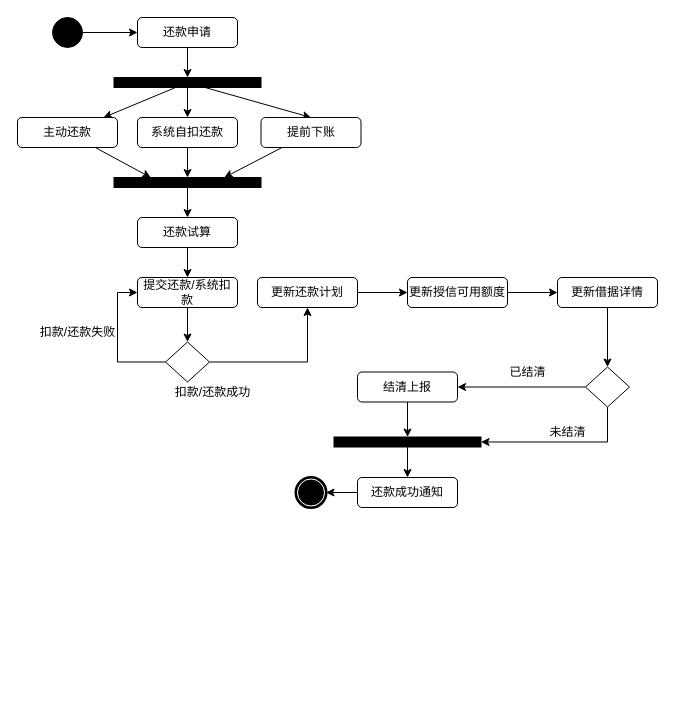
Earlier version of the draw.io diagram 还款处理活动图.drawio (wuxiao-web/graduationThesis). Source tidied: cells renumbered, new cells numbered last; positions are measured from the earlier drawing's top-left corner, leaving out a move shared by most shapes. Both pictures are drawn from the tidied source at 100%, with x=0, y=0 at pixel (17, 17).
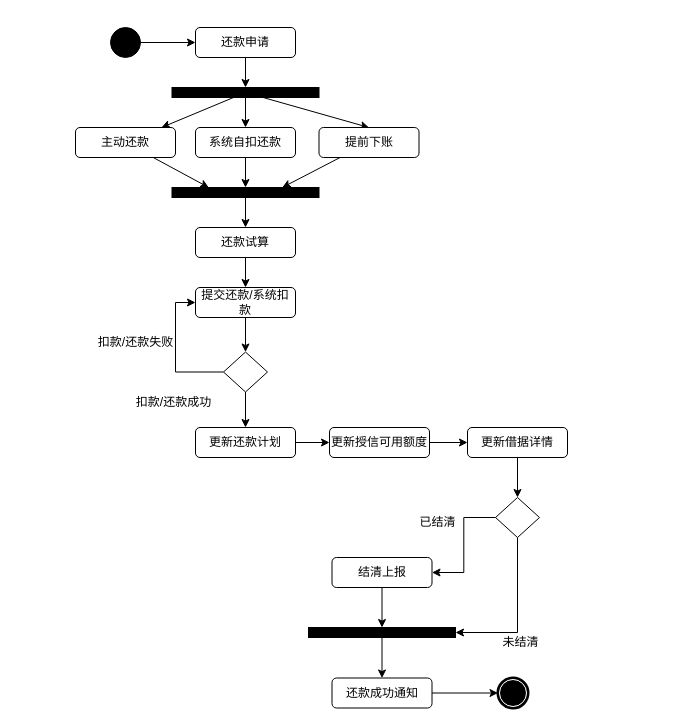
The same diagram, later.

Commit message:
更新还款处理活动图.drawio

What changed in the source:
```diff
@@
     <mxCell id="3" style="ellipse;whiteSpace=wrap;html=1;rounded=0;shadow=0;comic=0;labelBackgroundColor=none;strokeWidth=1;fillColor=#000000;fontFamily=Verdana;fontSize=12;align=center;" parent="1" vertex="1">
-      <mxGeometry x="35" width="30" height="30" as="geometry" />
+      <mxGeometry x="93" y="10" width="30" height="30" as="geometry" />
     </mxCell>
@@
     <mxCell id="5" value="还款申请" style="rounded=1;whiteSpace=wrap;html=1;" parent="1" vertex="1">
-      <mxGeometry x="120" width="100" height="30" as="geometry" />
+      <mxGeometry x="178" y="10" width="100" height="30" as="geometry" />
     </mxCell>
@@
     <mxCell id="9" style="whiteSpace=wrap;html=1;rounded=0;shadow=0;comic=0;labelBackgroundColor=none;strokeWidth=1;fillColor=#000000;fontFamily=Verdana;fontSize=12;align=center;rotation=0;" parent="1" vertex="1">
-      <mxGeometry x="96.5" y="60" width="147" height="10" as="geometry" />
+      <mxGeometry x="154.5" y="70" width="147" height="10" as="geometry" />
     </mxCell>
@@
     <mxCell id="11" value="主动还款" style="rounded=1;whiteSpace=wrap;html=1;" parent="1" vertex="1">
-      <mxGeometry y="100" width="100" height="30" as="geometry" />
+      <mxGeometry x="58" y="110" width="100" height="30" as="geometry" />
     </mxCell>
@@
     <mxCell id="13" value="系统自扣还款" style="rounded=1;whiteSpace=wrap;html=1;" parent="1" vertex="1">
-      <mxGeometry x="120" y="100" width="100" height="30" as="geometry" />
+      <mxGeometry x="178" y="110" width="100" height="30" as="geometry" />
     </mxCell>
@@
     <mxCell id="15" value="提前下账" style="rounded=1;whiteSpace=wrap;html=1;" parent="1" vertex="1">
-      <mxGeometry x="243.5" y="100" width="100" height="30" as="geometry" />
+      <mxGeometry x="301.5" y="110" width="100" height="30" as="geometry" />
     </mxCell>
@@
     <mxCell id="17" style="whiteSpace=wrap;html=1;rounded=0;shadow=0;comic=0;labelBackgroundColor=none;strokeWidth=1;fillColor=#000000;fontFamily=Verdana;fontSize=12;align=center;rotation=0;" parent="1" vertex="1">
-      <mxGeometry x="96.5" y="160" width="147" height="10" as="geometry" />
+      <mxGeometry x="154.5" y="170" width="147" height="10" as="geometry" />
     </mxCell>
@@
     <mxCell id="19" value="还款试算" style="rounded=1;whiteSpace=wrap;html=1;" parent="1" vertex="1">
-      <mxGeometry x="120" y="200" width="100" height="30" as="geometry" />
+      <mxGeometry x="178" y="210" width="100" height="30" as="geometry" />
     </mxCell>
@@
     <mxCell id="21" value="提交还款/系统扣款" style="rounded=1;whiteSpace=wrap;html=1;" parent="1" vertex="1">
-      <mxGeometry x="120" y="260" width="100" height="30" as="geometry" />
+      <mxGeometry x="178" y="270" width="100" height="30" as="geometry" />
     </mxCell>
@@
     <mxCell id="24" style="rhombus;whiteSpace=wrap;html=1;" parent="1" vertex="1">
-      <mxGeometry x="148" y="324.5" width="44" height="40" as="geometry" />
+      <mxGeometry x="206" y="334.5" width="44" height="40" as="geometry" />
     </mxCell>
     <mxCell id="25" value="扣款/还款失败" style="text;html=1;align=center;verticalAlign=middle;strokeColor=none;fillColor=none;" parent="1" vertex="1">
-      <mxGeometry x="10" y="300" width="100" height="30" as="geometry" />
+      <mxGeometry x="68" y="310" width="100" height="30" as="geometry" />
     </mxCell>
@@
     <mxCell id="27" value="更新还款计划" style="rounded=1;whiteSpace=wrap;html=1;" parent="1" vertex="1">
-      <mxGeometry x="240" y="260" width="100" height="30" as="geometry" />
+      <mxGeometry x="178" y="410" width="100" height="30" as="geometry" />
     </mxCell>
@@
     <mxCell id="29" value="更新授信可用额度" style="rounded=1;whiteSpace=wrap;html=1;" parent="1" vertex="1">
-      <mxGeometry x="390" y="260" width="100" height="30" as="geometry" />
+      <mxGeometry x="312" y="410" width="100" height="30" as="geometry" />
     </mxCell>
@@
     <mxCell id="31" value="更新借据详情" style="rounded=1;whiteSpace=wrap;html=1;" parent="1" vertex="1">
-      <mxGeometry x="540" y="260" width="100" height="30" as="geometry" />
+      <mxGeometry x="450" y="410" width="100" height="30" as="geometry" />
     </mxCell>
     <mxCell id="32" value="扣款/还款成功" style="text;html=1;align=center;verticalAlign=middle;strokeColor=none;fillColor=none;" parent="1" vertex="1">
-      <mxGeometry x="145" y="359.5" width="100" height="30" as="geometry" />
+      <mxGeometry x="106" y="369.5" width="100" height="30" as="geometry" />
     </mxCell>
+    <mxCell id="34" style="edgeStyle=orthogonalEdgeStyle;rounded=0;jettySize=auto;html=1;entryX=1;entryY=0.5;entryDx=0;entryDy=0;exitX=0.5;exitY=1;exitDx=0;exitDy=0;" parent="1" edge="1" source="35" target="40">
+      <mxGeometry relative="1" as="geometry" />
+    </mxCell>
-    <mxCell id="33" style="edgeStyle=orthogonalEdgeStyle;rounded=0;jettySize=auto;html=1;" parent="1" edge="1" source="35" target="37">
+    <mxCell id="33" style="edgeStyle=orthogonalEdgeStyle;rounded=0;jettySize=auto;html=1;entryX=1;entryY=0.5;entryDx=0;entryDy=0;" parent="1" edge="1" source="35" target="37">
       <mxGeometry relative="1" as="geometry" />
     </mxCell>
-    <mxCell id="34" style="edgeStyle=orthogonalEdgeStyle;rounded=0;jettySize=auto;html=1;entryX=1;entryY=0.5;entryDx=0;entryDy=0;exitX=0.5;exitY=1;exitDx=0;exitDy=0;" parent="1" edge="1" source="35" target="40">
-      <mxGeometry relative="1" as="geometry" />
-    </mxCell>
     <mxCell id="35" style="rhombus;whiteSpace=wrap;html=1;" parent="1" vertex="1">
-      <mxGeometry x="568" y="349.5" width="44" height="40" as="geometry" />
+      <mxGeometry x="478" y="480" width="44" height="40" as="geometry" />
     </mxCell>
@@
     <mxCell id="37" value="结清上报" style="rounded=1;whiteSpace=wrap;html=1;" parent="1" vertex="1">
-      <mxGeometry x="340" y="354.5" width="100" height="30" as="geometry" />
+      <mxGeometry x="314.5" y="540" width="100" height="30" as="geometry" />
     </mxCell>
     <mxCell id="38" value="已结清" style="text;html=1;align=center;verticalAlign=middle;strokeColor=none;fillColor=none;" parent="1" vertex="1">
-      <mxGeometry x="480" y="340" width="60" height="30" as="geometry" />
+      <mxGeometry x="390" y="490" width="60" height="30" as="geometry" />
     </mxCell>
@@
     <mxCell id="40" style="whiteSpace=wrap;html=1;rounded=0;shadow=0;comic=0;labelBackgroundColor=none;strokeWidth=1;fillColor=#000000;fontFamily=Verdana;fontSize=12;align=center;rotation=0;" parent="1" vertex="1">
-      <mxGeometry x="316.5" y="419.5" width="147" height="10" as="geometry" />
+      <mxGeometry x="291" y="610" width="147" height="10" as="geometry" />
     </mxCell>
     <mxCell id="41" value="未结清" style="text;html=1;align=center;verticalAlign=middle;strokeColor=none;fillColor=none;" parent="1" vertex="1">
-      <mxGeometry x="520" y="399.5" width="60" height="30" as="geometry" />
+      <mxGeometry x="472.5" y="610" width="60" height="30" as="geometry" />
     </mxCell>
@@
     <mxCell id="43" value="还款成功通知" style="rounded=1;whiteSpace=wrap;html=1;" parent="1" vertex="1">
-      <mxGeometry x="340" y="460" width="100" height="30" as="geometry" />
+      <mxGeometry x="314.5" y="660.5" width="100" height="30" as="geometry" />
     </mxCell>
     <mxCell id="44" style="shape=mxgraph.bpmn.shape;html=1;verticalLabelPosition=bottom;labelBackgroundColor=#ffffff;verticalAlign=top;perimeter=ellipsePerimeter;outline=end;symbol=terminate;rounded=0;shadow=0;comic=0;strokeWidth=1;fontFamily=Verdana;fontSize=12;align=center;" parent="1" vertex="1">
-      <mxGeometry x="278.5" y="460" width="30" height="30" as="geometry" />
+      <mxGeometry x="480.5" y="660.5" width="30" height="30" as="geometry" />
     </mxCell>
```
